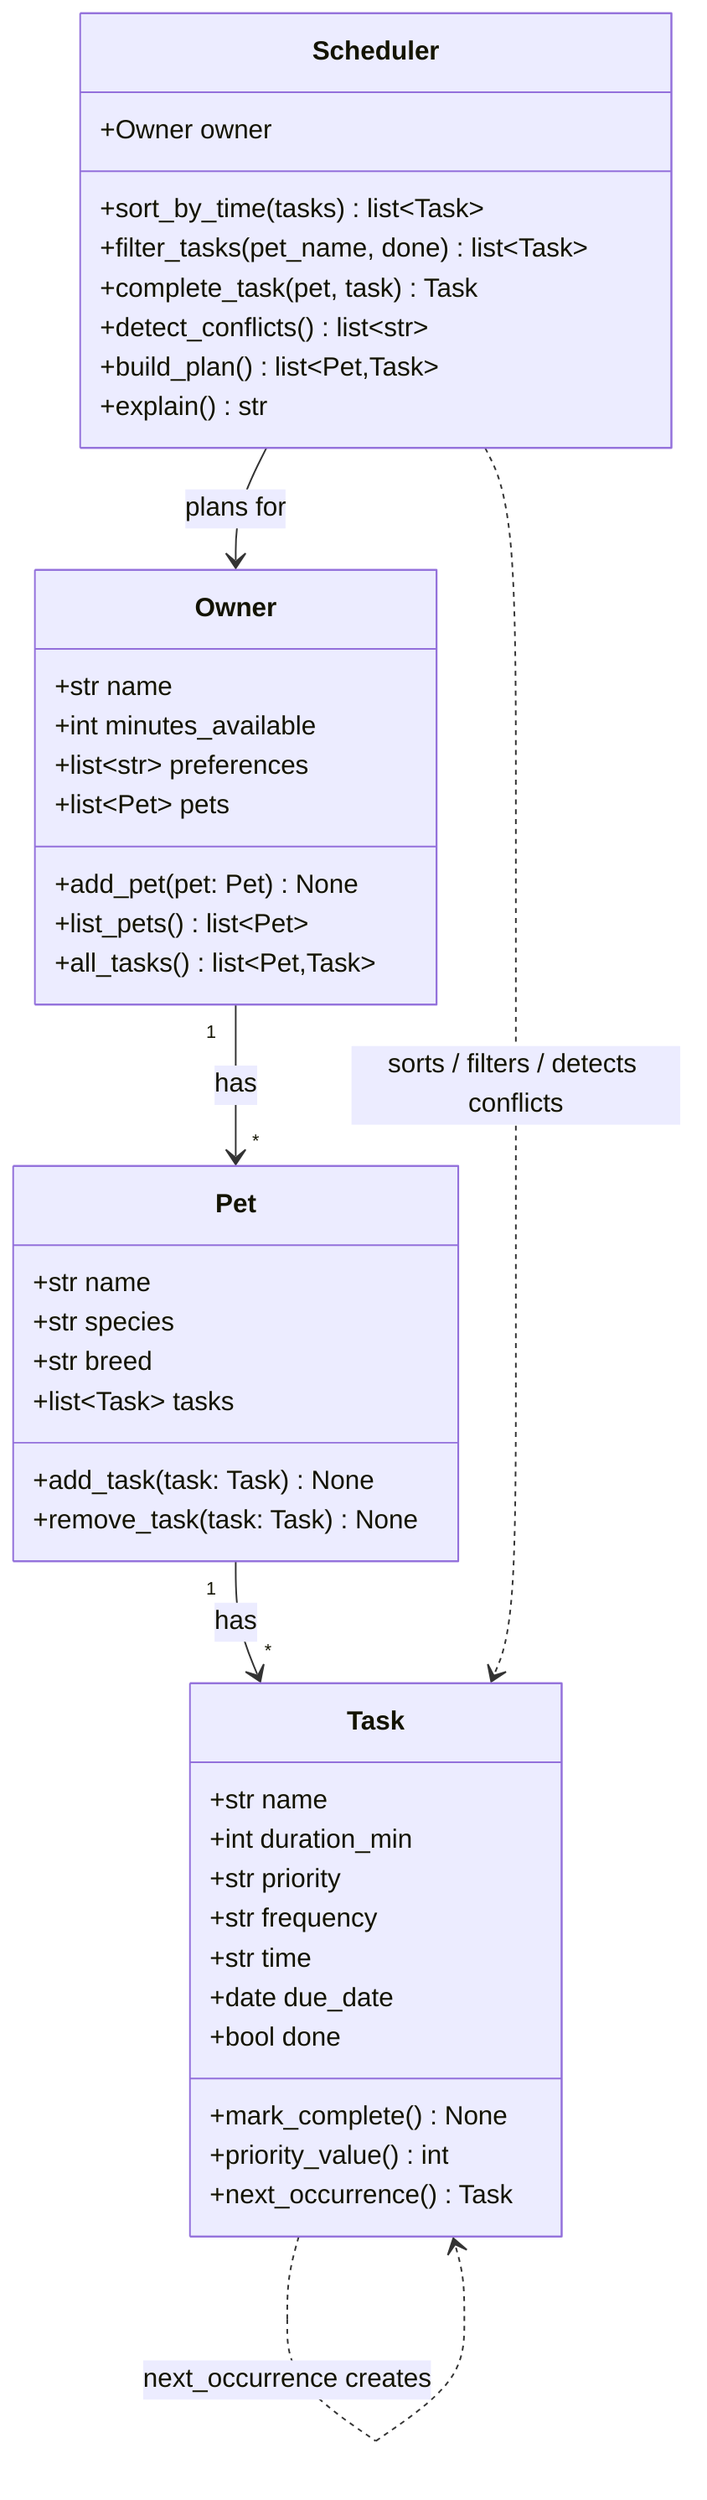
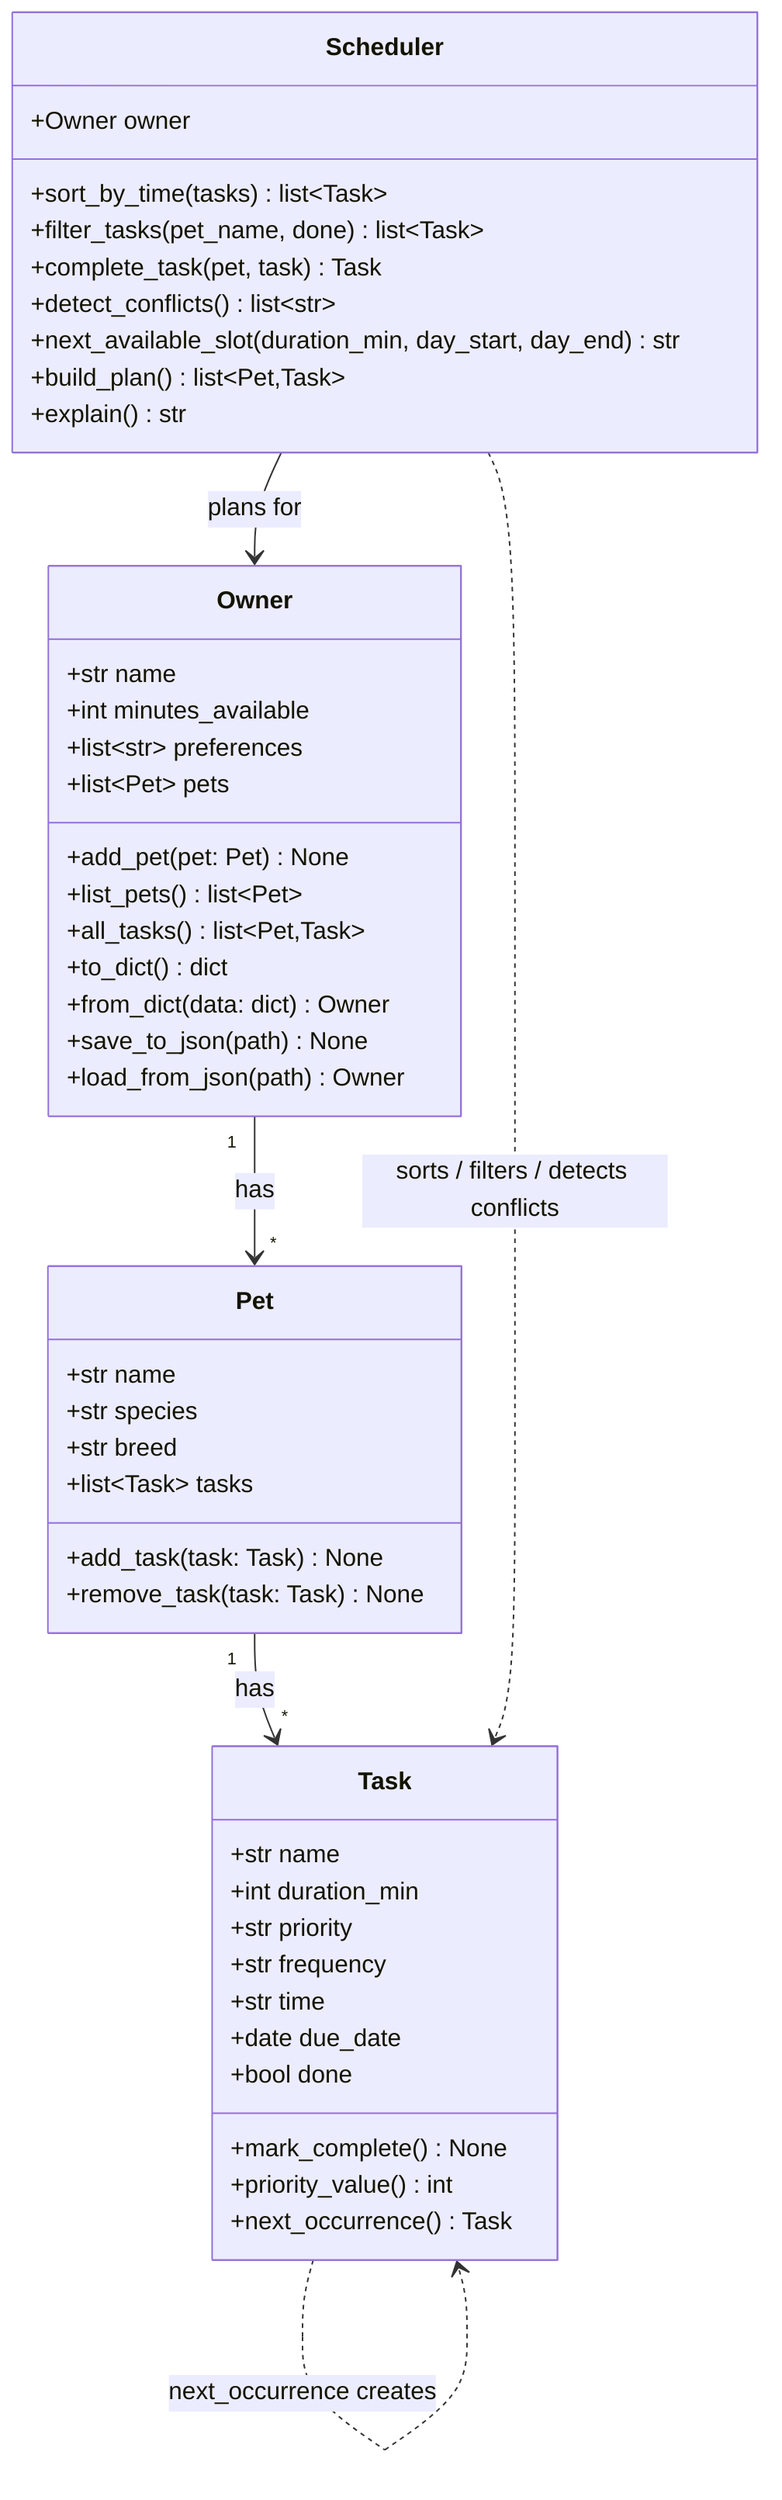
classDiagram
    %% PawPal+ final class diagram — matches pawpal_system.py after Phase 4/5.

    class Owner {
        +str name
        +int minutes_available
        +list~str~ preferences
        +list~Pet~ pets
        +add_pet(pet: Pet) None
        +list_pets() list~Pet~
        +all_tasks() list~Pet,Task~
+         +to_dict() dict
+         +from_dict(data: dict) Owner
+         +save_to_json(path) None
+         +load_from_json(path) Owner
    }

    class Pet {
        +str name
        +str species
        +str breed
        +list~Task~ tasks
        +add_task(task: Task) None
        +remove_task(task: Task) None
    }

    class Task {
        +str name
        +int duration_min
        +str priority
        +str frequency
        +str time
        +date due_date
        +bool done
        +mark_complete() None
        +priority_value() int
        +next_occurrence() Task
    }

    class Scheduler {
        +Owner owner
        +sort_by_time(tasks) list~Task~
        +filter_tasks(pet_name, done) list~Task~
        +complete_task(pet, task) Task
        +detect_conflicts() list~str~
+         +next_available_slot(duration_min, day_start, day_end) str
        +build_plan() list~Pet,Task~
        +explain() str
    }

    Owner "1" --> "*" Pet : has
    Pet "1" --> "*" Task : has
    Scheduler --> Owner : plans for
    Scheduler ..> Task : sorts / filters / detects conflicts
    Task ..> Task : next_occurrence creates
